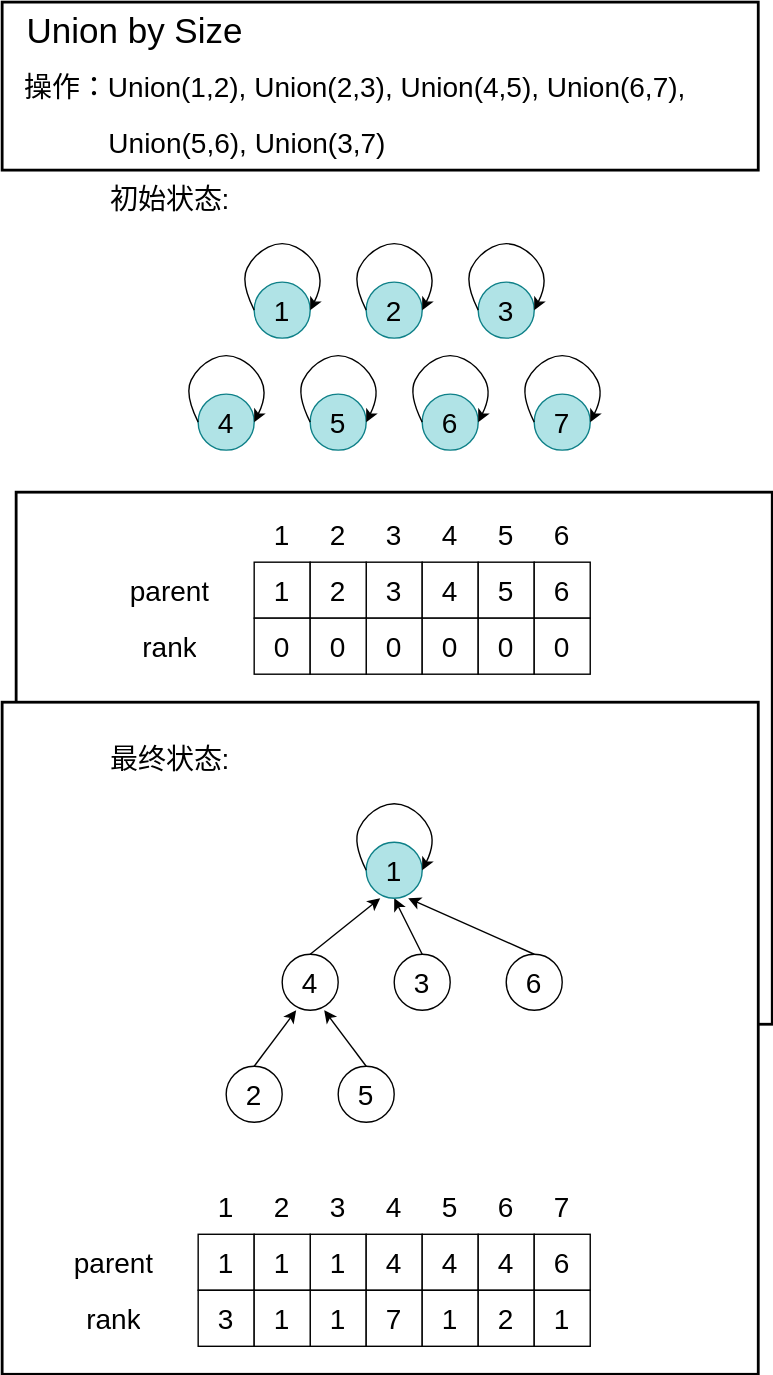
Earlier version of the draw.io export Algorithms/img/DisjointSet2.svg (TBD2021/Salt-and-Computer-Science). Source tidied: cells renumbered, new cells last; positions are measured from the earlier drawing's top-left corner, leaving out a move shared by most shapes.
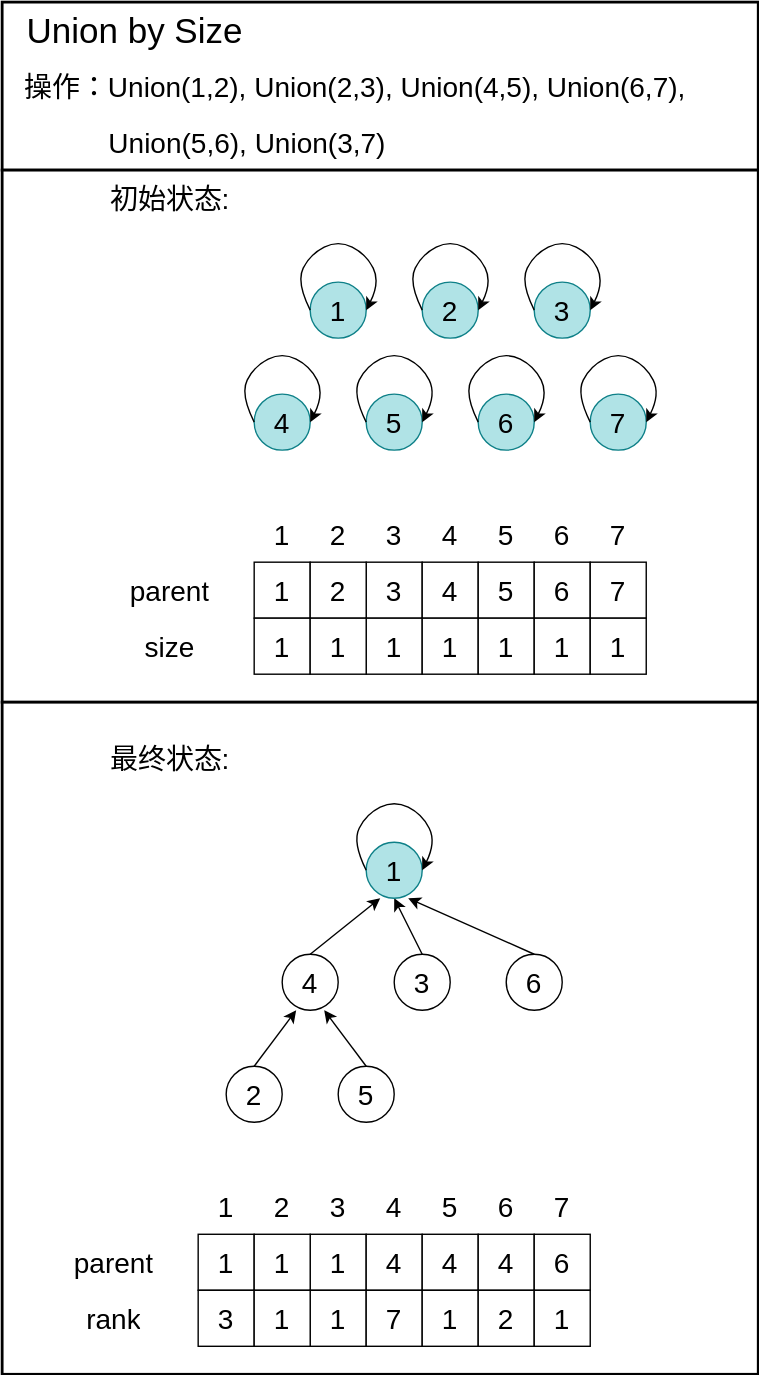
After the change.

Diff of the diagram source:
```diff
@@ -6,7 +6,7 @@
       <mxGeometry width="540" height="120" as="geometry" />
     </mxCell>
     <mxCell id="3" style="rounded=0;whiteSpace=wrap;html=1;strokeWidth=2;" parent="1" vertex="1">
-      <mxGeometry x="10" y="350" width="540" height="380" as="geometry" />
+      <mxGeometry y="120" width="540" height="380" as="geometry" />
     </mxCell>
     <mxCell id="4" style="rounded=0;whiteSpace=wrap;html=1;strokeWidth=2;" parent="1" vertex="1">
       <mxGeometry y="500" width="540" height="480" as="geometry" />
@@ -99,7 +99,7 @@
         <mxGeometry x="60" y="120" width="120" height="40" as="geometry" />
       </mxCell>
     </object>
-    <object id="25" label="&lt;span style=&quot;font-size: 20px;&quot;&gt;rank&lt;/span&gt;" name="Variable" placeholders="1">
+    <object id="25" label="&lt;span style=&quot;font-size: 20px;&quot;&gt;size&lt;/span&gt;" name="Variable" placeholders="1">
       <mxCell style="text;html=1;strokeColor=none;fillColor=none;align=center;verticalAlign=middle;whiteSpace=wrap;overflow=hidden;" parent="1" vertex="1">
         <mxGeometry x="60" y="440" width="120" height="40" as="geometry" />
       </mxCell>
@@ -122,32 +122,32 @@
     <mxCell id="31" style="rounded=0;whiteSpace=wrap;html=1;" parent="1" vertex="1">
       <mxGeometry x="220" y="440" width="40" height="40" as="geometry" />
     </mxCell>
-    <object id="32" label="&lt;font style=&quot;font-size: 20px;&quot;&gt;0&lt;/font&gt;" name="Variable" placeholders="1">
+    <object id="32" label="&lt;font style=&quot;font-size: 20px;&quot;&gt;1&lt;/font&gt;" name="Variable" placeholders="1">
       <mxCell style="text;html=1;strokeColor=none;fillColor=none;align=center;verticalAlign=middle;whiteSpace=wrap;overflow=hidden;" parent="1" vertex="1">
         <mxGeometry x="180" y="440" width="40" height="40" as="geometry" />
       </mxCell>
     </object>
-    <object id="33" label="&lt;font style=&quot;font-size: 20px;&quot;&gt;0&lt;/font&gt;" name="Variable" placeholders="1">
+    <object id="33" label="&lt;font style=&quot;font-size: 20px;&quot;&gt;1&lt;/font&gt;" name="Variable" placeholders="1">
       <mxCell style="text;html=1;strokeColor=none;fillColor=none;align=center;verticalAlign=middle;whiteSpace=wrap;overflow=hidden;" parent="1" vertex="1">
         <mxGeometry x="220" y="440" width="40" height="40" as="geometry" />
       </mxCell>
     </object>
-    <object id="34" label="&lt;font style=&quot;font-size: 20px;&quot;&gt;0&lt;/font&gt;" name="Variable" placeholders="1">
+    <object id="34" label="&lt;font style=&quot;font-size: 20px;&quot;&gt;1&lt;/font&gt;" name="Variable" placeholders="1">
       <mxCell style="text;html=1;strokeColor=none;fillColor=none;align=center;verticalAlign=middle;whiteSpace=wrap;overflow=hidden;" parent="1" vertex="1">
         <mxGeometry x="260" y="440" width="40" height="40" as="geometry" />
       </mxCell>
     </object>
-    <object id="35" label="&lt;font style=&quot;font-size: 20px;&quot;&gt;0&lt;/font&gt;" name="Variable" placeholders="1">
+    <object id="35" label="&lt;font style=&quot;font-size: 20px;&quot;&gt;1&lt;/font&gt;" name="Variable" placeholders="1">
       <mxCell style="text;html=1;strokeColor=none;fillColor=none;align=center;verticalAlign=middle;whiteSpace=wrap;overflow=hidden;" parent="1" vertex="1">
         <mxGeometry x="300" y="440" width="40" height="40" as="geometry" />
       </mxCell>
     </object>
-    <object id="36" label="&lt;font style=&quot;font-size: 20px;&quot;&gt;0&lt;/font&gt;" name="Variable" placeholders="1">
+    <object id="36" label="&lt;font style=&quot;font-size: 20px;&quot;&gt;1&lt;/font&gt;" name="Variable" placeholders="1">
       <mxCell style="text;html=1;strokeColor=none;fillColor=none;align=center;verticalAlign=middle;whiteSpace=wrap;overflow=hidden;" parent="1" vertex="1">
         <mxGeometry x="340" y="440" width="40" height="40" as="geometry" />
       </mxCell>
     </object>
-    <object id="37" label="&lt;font style=&quot;font-size: 20px;&quot;&gt;0&lt;/font&gt;" name="Variable" placeholders="1">
+    <object id="37" label="&lt;font style=&quot;font-size: 20px;&quot;&gt;1&lt;/font&gt;" name="Variable" placeholders="1">
       <mxCell style="text;html=1;strokeColor=none;fillColor=none;align=center;verticalAlign=middle;whiteSpace=wrap;overflow=hidden;" parent="1" vertex="1">
         <mxGeometry x="380" y="440" width="40" height="40" as="geometry" />
       </mxCell>
@@ -380,7 +380,7 @@
       </mxCell>
     </object>
     <mxCell id="93" style="group;" parent="1" vertex="1">
-      <mxGeometry x="130" y="250" width="60" height="70" as="geometry" />
+      <mxGeometry x="170" y="250" width="60" height="70" as="geometry" />
     </mxCell>
     <mxCell id="94" style="ellipse;whiteSpace=wrap;html=1;fillColor=#b0e3e6;strokeColor=#0e8088;" parent="93" vertex="1">
       <mxGeometry x="10" y="30" width="40" height="40" as="geometry" />
@@ -402,7 +402,7 @@
       </mxGeometry>
     </mxCell>
     <mxCell id="97" style="group;" parent="1" vertex="1">
-      <mxGeometry x="330" y="170" width="60" height="70" as="geometry" />
+      <mxGeometry x="370" y="170" width="60" height="70" as="geometry" />
     </mxCell>
     <mxCell id="98" style="ellipse;whiteSpace=wrap;html=1;fillColor=#b0e3e6;strokeColor=#0e8088;" parent="97" vertex="1">
       <mxGeometry x="10" y="30" width="40" height="40" as="geometry" />
@@ -424,7 +424,7 @@
       </mxGeometry>
     </mxCell>
     <mxCell id="101" style="group;" parent="1" vertex="1">
-      <mxGeometry x="250" y="170" width="60" height="70" as="geometry" />
+      <mxGeometry x="290" y="170" width="60" height="70" as="geometry" />
     </mxCell>
     <mxCell id="102" style="ellipse;whiteSpace=wrap;html=1;fillColor=#b0e3e6;strokeColor=#0e8088;" parent="101" vertex="1">
       <mxGeometry x="10" y="30" width="40" height="40" as="geometry" />
@@ -446,7 +446,7 @@
       </mxGeometry>
     </mxCell>
     <mxCell id="105" style="group;" parent="1" vertex="1">
-      <mxGeometry x="170" y="170" width="60" height="70" as="geometry" />
+      <mxGeometry x="210" y="170" width="60" height="70" as="geometry" />
     </mxCell>
     <mxCell id="106" style="ellipse;whiteSpace=wrap;html=1;fillColor=#b0e3e6;strokeColor=#0e8088;" parent="105" vertex="1">
       <mxGeometry x="10" y="30" width="40" height="40" as="geometry" />
@@ -468,7 +468,7 @@
       </mxGeometry>
     </mxCell>
     <mxCell id="109" style="group;" parent="1" vertex="1">
-      <mxGeometry x="290" y="250" width="60" height="70" as="geometry" />
+      <mxGeometry x="330" y="250" width="60" height="70" as="geometry" />
     </mxCell>
     <mxCell id="110" style="ellipse;whiteSpace=wrap;html=1;fillColor=#b0e3e6;strokeColor=#0e8088;" parent="109" vertex="1">
       <mxGeometry x="10" y="30" width="40" height="40" as="geometry" />
@@ -490,7 +490,7 @@
       </mxGeometry>
     </mxCell>
     <mxCell id="113" style="group;" parent="1" vertex="1">
-      <mxGeometry x="210" y="250" width="60" height="70" as="geometry" />
+      <mxGeometry x="250" y="250" width="60" height="70" as="geometry" />
     </mxCell>
     <mxCell id="114" style="ellipse;whiteSpace=wrap;html=1;fillColor=#b0e3e6;strokeColor=#0e8088;" parent="113" vertex="1">
       <mxGeometry x="10" y="30" width="40" height="40" as="geometry" />
@@ -539,7 +539,7 @@
       </mxCell>
     </object>
     <mxCell id="122" style="group;" parent="1" vertex="1">
-      <mxGeometry x="370" y="250" width="60" height="70" as="geometry" />
+      <mxGeometry x="410" y="250" width="60" height="70" as="geometry" />
     </mxCell>
     <mxCell id="123" style="ellipse;whiteSpace=wrap;html=1;fillColor=#b0e3e6;strokeColor=#0e8088;" parent="122" vertex="1">
       <mxGeometry x="10" y="30" width="40" height="40" as="geometry" />
@@ -560,5 +560,26 @@
         </Array>
       </mxGeometry>
     </mxCell>
+    <mxCell id="126" style="rounded=0;whiteSpace=wrap;html=1;" parent="1" vertex="1">
+      <mxGeometry x="420" y="400" width="40" height="40" as="geometry" />
+    </mxCell>
+    <object id="127" label="&lt;font style=&quot;font-size: 20px;&quot;&gt;7&lt;/font&gt;" name="Variable" placeholders="1">
+      <mxCell style="text;html=1;strokeColor=none;fillColor=none;align=center;verticalAlign=middle;whiteSpace=wrap;overflow=hidden;" parent="1" vertex="1">
+        <mxGeometry x="420" y="360" width="40" height="40" as="geometry" />
+      </mxCell>
+    </object>
+    <object id="128" label="&lt;font style=&quot;font-size: 20px;&quot;&gt;7&lt;/font&gt;" name="Variable" placeholders="1">
+      <mxCell style="text;html=1;strokeColor=none;fillColor=none;align=center;verticalAlign=middle;whiteSpace=wrap;overflow=hidden;" parent="1" vertex="1">
+        <mxGeometry x="420" y="400" width="40" height="40" as="geometry" />
+      </mxCell>
+    </object>
+    <mxCell id="129" style="rounded=0;whiteSpace=wrap;html=1;" parent="1" vertex="1">
+      <mxGeometry x="420" y="440" width="40" height="40" as="geometry" />
+    </mxCell>
+    <object id="130" label="&lt;font style=&quot;font-size: 20px;&quot;&gt;1&lt;/font&gt;" name="Variable" placeholders="1">
+      <mxCell style="text;html=1;strokeColor=none;fillColor=none;align=center;verticalAlign=middle;whiteSpace=wrap;overflow=hidden;" parent="1" vertex="1">
+        <mxGeometry x="420" y="440" width="40" height="40" as="geometry" />
+      </mxCell>
+    </object>
   </root>
 </mxGraphModel>
```
